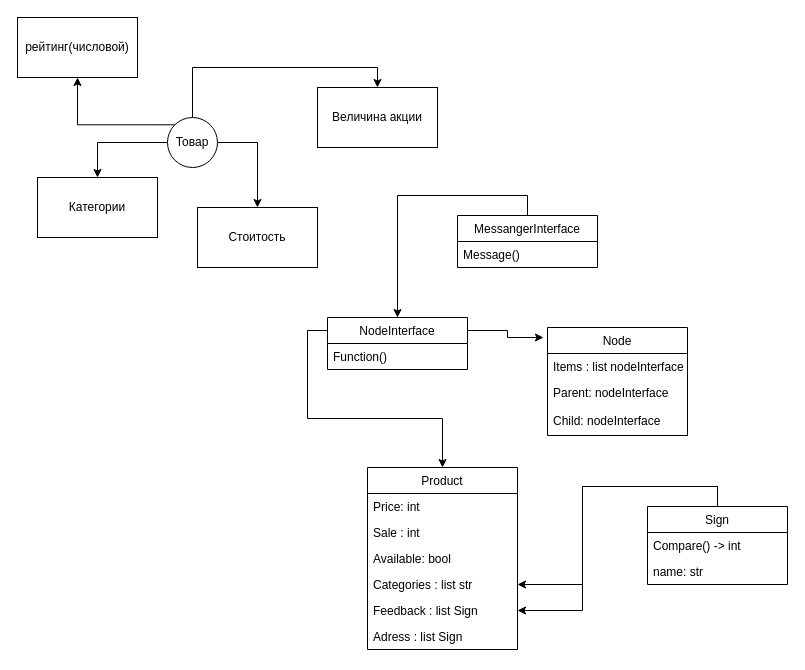
Above: schema.drawio in legendaOS/baumana (draw.io), before the change. Source tidied: cells renumbered, new cells numbered last; positions are measured from the earlier drawing's top-left corner, leaving out a move shared by most shapes. Both pictures are drawn from the tidied source at 100%, with x=0, y=0 at pixel (17, 17).
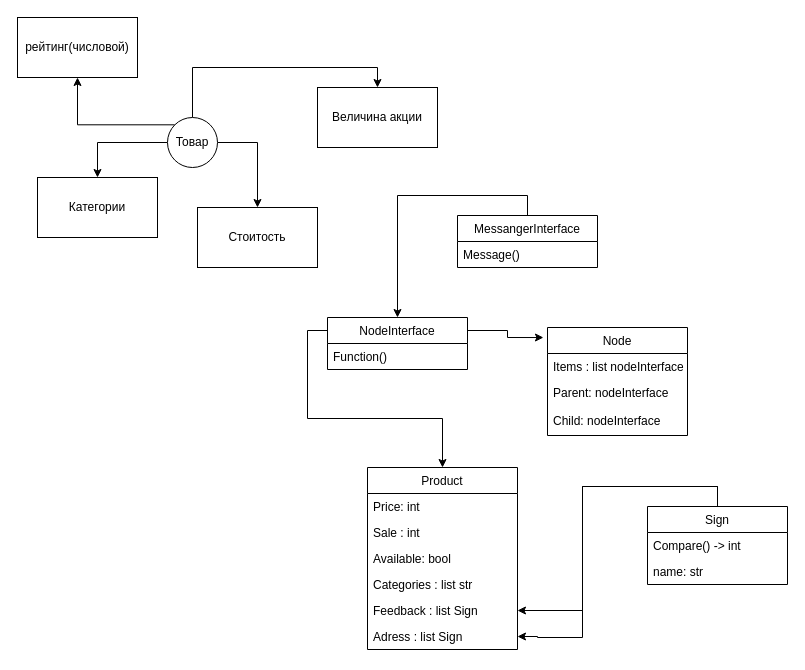
Above is the later version.

Commit message (it also covers changes not shown here):
схема начало дерева

Unchanged cells that the change refers to:
```xml
<mxCell id="19" value="Categories : list str" style="text;strokeColor=none;fillColor=none;align=left;verticalAlign=top;spacingLeft=4;spacingRight=4;overflow=hidden;points=[[0,0.5],[1,0.5]];portConstraint=eastwest;" parent="15" vertex="1">
  <mxGeometry y="104" width="150" height="26" as="geometry" />
</mxCell>
<mxCell id="21" value="Adress : list Sign" style="text;strokeColor=none;fillColor=none;align=left;verticalAlign=top;spacingLeft=4;spacingRight=4;overflow=hidden;points=[[0,0.5],[1,0.5]];portConstraint=eastwest;" parent="15" vertex="1">
  <mxGeometry y="156" width="150" height="26" as="geometry" />
</mxCell>
<mxCell id="24" value="Sign" style="swimlane;fontStyle=0;horizontal=1;startSize=26;" parent="1" vertex="1">
  <mxGeometry x="630" y="489" width="140" height="78" as="geometry" />
</mxCell>
```

Diff of the diagram source:
```diff
@@
-    <mxCell id="22" style="edgeStyle=orthogonalEdgeStyle;rounded=0;jettySize=auto;html=1;exitX=0.5;exitY=0;exitDx=0;exitDy=0;" parent="1" edge="1" source="24" target="19">
-      <mxGeometry relative="1" as="geometry" />
+    <mxCell id="22" style="edgeStyle=orthogonalEdgeStyle;rounded=0;jettySize=auto;html=1;exitX=0.5;exitY=0;exitDx=0;exitDy=0;entryX=1;entryY=0.5;entryDx=0;entryDy=0;" parent="1" edge="1" source="24" target="21">
+      <mxGeometry relative="1" as="geometry">
+        <Array as="points">
+          <mxPoint x="700" y="469" />
+          <mxPoint x="565" y="469" />
+          <mxPoint x="565" y="620" />
+          <mxPoint x="520" y="620" />
+          <mxPoint x="520" y="619" />
+        </Array>
+      </mxGeometry>
     </mxCell>
```
